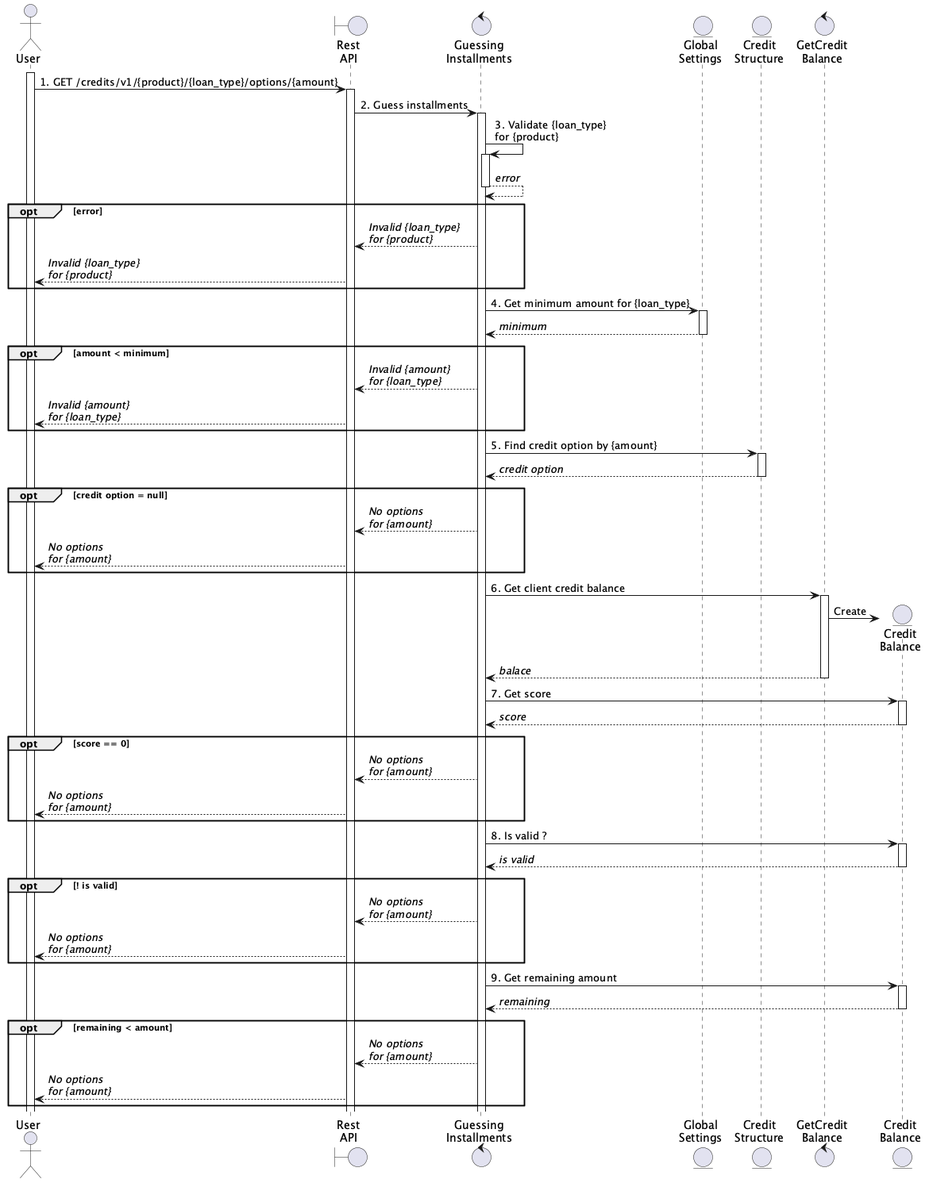
Before: 001-credit-installments/seq.png, a diagram exported from PlantUML (ramiromartinez-wm/wayni-docs).
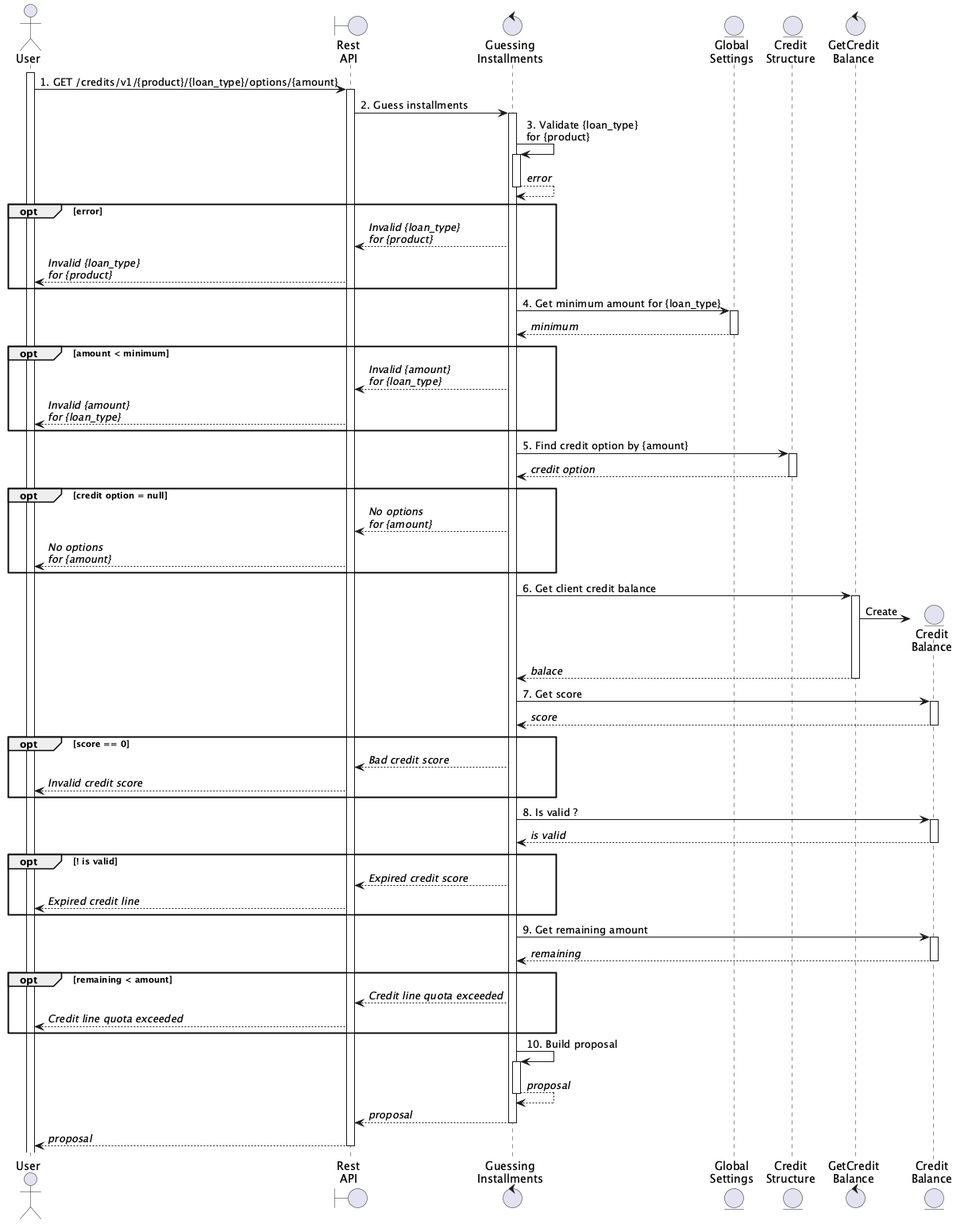
The same file after the commit.

Diff of the diagram source:
```diff
@@ -55,8 +55,8 @@
 deactivate CB
 
 opt score == 0
-    GI-->API: //No options//\n//for {amount}//
-    API-->User: //No options//\n//for {amount}//
+    GI-->API: //Bad credit score//
+    API-->User: //Invalid credit score//
 end
 
 GI->CB: 8. Is valid ?
@@ -65,8 +65,8 @@
 deactivate CB
 
 opt ! is valid
-    GI-->API: //No options//\n//for {amount}//
-    API-->User: //No options//\n//for {amount}//
+    GI-->API: //Expired credit score//
+    API-->User: //Expired credit line//
 end
 
 GI->CB: 9. Get remaining amount
@@ -75,10 +75,20 @@
 deactivate CB
 
 opt remaining < amount
-    GI-->API: //No options//\n//for {amount}//
-    API-->User: //No options//\n//for {amount}//
+    GI-->API: //Credit line quota exceeded//
+    API-->User: //Credit line quota exceeded//
 end
 
+GI->GI: 10. Build proposal
+activate GI
+GI-->GI: //proposal//
+deactivate GI
+
+GI-->API: //proposal//
+deactivate GI
+
+API-->User: //proposal//
+deactivate API
 
 
 
```
